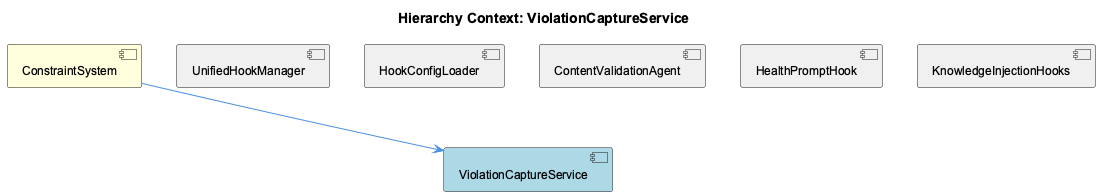
This is knowledge-management/insights/images/violation-capture-service-relationship.png from fwornle/coding, a PlantUML export, as it was before one commit.
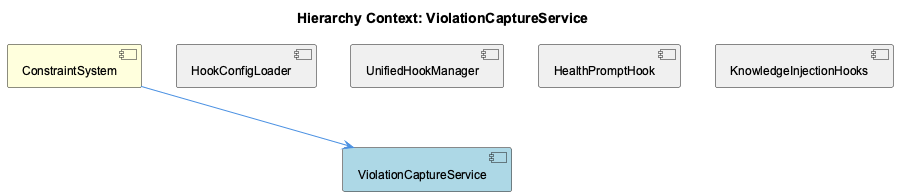
After the commit.

The edit, as a diff of the source:
```diff
@@ -5,16 +5,14 @@
 
 [ConstraintSystem] as constraint_system #FFFFDD
 [ViolationCaptureService] as violation_capture_service #LightBlue
+[HookConfigLoader] as hook_config_loader #F0F0F0
 [UnifiedHookManager] as unified_hook_manager #F0F0F0
-[HookConfigLoader] as hook_config_loader #F0F0F0
-[ContentValidationAgent] as content_validation_agent #F0F0F0
 [HealthPromptHook] as health_prompt_hook #F0F0F0
 [KnowledgeInjectionHooks] as knowledge_injection_hooks #F0F0F0
 
 constraint_system --> violation_capture_service
+hook_config_loader -[hidden]- violation_capture_service
 unified_hook_manager -[hidden]- violation_capture_service
-hook_config_loader -[hidden]- violation_capture_service
-content_validation_agent -[hidden]- violation_capture_service
 health_prompt_hook -[hidden]- violation_capture_service
 knowledge_injection_hooks -[hidden]- violation_capture_service
 
```
